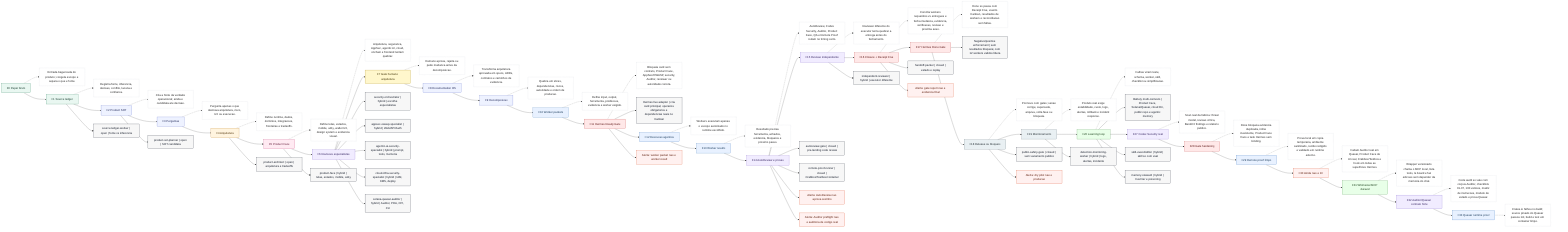
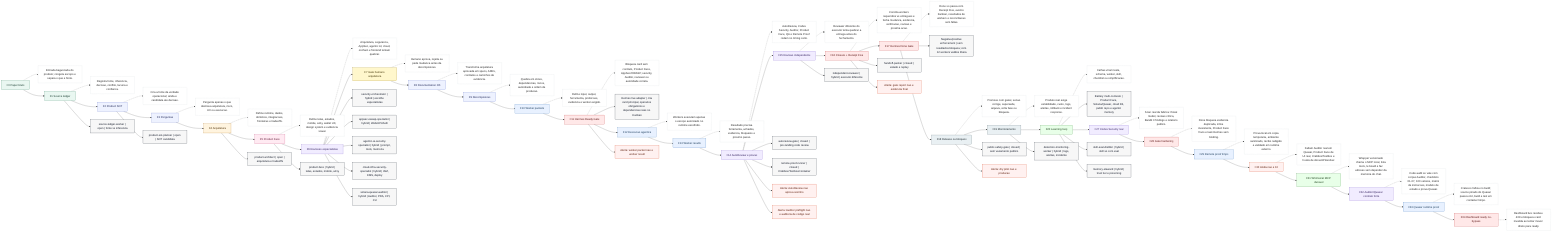
flowchart LR
  F0["F0 Paper bruto"]:::source
  F0D["Entrada baguncada do produto; congela escopo e separa o que e fonte."]:::desc
  F0 -.-> F0D
  F0 --> F1

  F1["F1 Source ledger"]:::source
  F1D["Registra fonte, inferencia, decisao, conflito, lacuna e confianca."]:::desc
  F1 -.-> F1D
  F1 --> F2

  F2["F2 Product SOT"]:::planning
  F2D["Cria a fonte da verdade operacional; ainda e candidata ate decisao."]:::desc
  F2 -.-> F2D
  F2 --> F3

  F3["F3 Perguntas"]:::planning
  F3D["Pergunta apenas o que destrava arquitetura, risco, UX ou execucao."]:::desc
  F3 -.-> F3D
  F3 --> F4

  F4["F4 Arquitetura"]:::architecture
  F4D["Define runtime, dados, dominios, integracoes, fronteiras e tradeoffs."]:::desc
  F4 -.-> F4D
  F4 --> F5

  F5["F5 Product Face"]:::face
  F5D["Define telas, estados, mobile, a11y, wallet UX, design system e evidencia visual."]:::desc
  F5 -.-> F5D
  F5 --> F6

  F6["F6 Revisoes especialistas"]:::review
  F6D["Arquitetura, seguranca, AppSec, agentic AI, cloud, onchain e frontend tentam quebrar."]:::desc
  F6 -.-> F6D
  F6 --> F7

  F7["F7 Gate humano arquitetura"]:::human
  F7D["Humano aprova, rejeita ou pede mudanca antes da decomposicao."]:::desc
  F7 -.-> F7D
  F7 --> F8

  F8["F8 Documentation OS"]:::planning
  F8D["Transforma arquitetura aprovada em specs, ADRs, contratos e caminhos de evidencia."]:::desc
  F8 -.-> F8D
  F8 --> F9

  F9["F9 Decomposicao"]:::planning
  F9D["Quebra em slices, dependencias, riscos, autoridade e ordem de producao."]:::desc
  F9 -.-> F9D
  F9 --> F10

  F10["F10 Worker packets"]:::execution
  F10D["Define input, output, ferramenta, proibicoes, evidencia e worker exigido."]:::desc
  F10 -.-> F10D
  F10 --> F11

  F11["F11 Hermes Ready Gate"]:::gate
  F11D["Bloqueia card sem contrato, Product Face, AppSec/OWASP, security, Auditor, reviewer ou autoridade correta."]:::desc
  F11 -.-> F11D
  F11 --> H1["Hermes live adapter | cria card principal, operarios obrigatorios e dependencias reais no Kanban"]:::worker
  F11 --> F12

  F12["F12 Execucao agentica"]:::execution
  F12D["Workers executam apenas o escopo autorizado no runtime escolhido."]:::desc
  F12 -.-> F12D
  F12 --> F13

  F13["F13 Worker results"]:::execution
  F13D["Resultado precisa ferramenta, achados, evidencia, bloqueios e proximo passo."]:::desc
  F13 -.-> F13D
  F13 --> F14

  F14["F14 AutoReview e provas"]:::review
  F14D["AutoReview, Codex Security, Auditor, Product Face, QA e Remote Proof rodam no timing certo."]:::desc
  F14 -.-> F14D
  F14 --> F15

  F15["F15 Revisao independente"]:::review
  F15D["Reviewer diferente do executor tenta quebrar a entrega antes do fechamento."]:::desc
  F15 -.-> F15D
  F15 --> F16

  F16["F16 Closure + Receipt Five"]:::gate
  F16D["Concilia workers requeridos vs entregues e fecha mudanca, evidencia, verificacao, revisao e proxima acao."]:::desc
  F16 -.-> F16D
  F16 --> F17

  F17["F17 Hermes Done Gate"]:::gate
  F17D["Done so passa com Receipt Five, evento Kanban, resultados de workers e reconciliacao sem faltas."]:::desc
  F17 -.-> F17D
  F17 --> H2["Negative/positive enforcement | sem resultados bloqueia; com 12 workers validos libera"]:::worker
  F17 --> F18

  F18["F18 Release ou bloqueio"]:::release
  F18D["Promove com gates; senao corrige, supersede, arquiva, volta fase ou bloqueia."]:::desc
  F18 -.-> F18D
  F18 --> F19

  F19["F19 Monitoramento"]:::release
  F19D["Produto real exige estabilidade, custo, logs, alertas, rollback e incident response."]:::desc
  F19 -.-> F19D
  F19 --> F20

  F20["F20 Learning loop"]:::learning
  F20D["Falhas viram teste, schema, worker, skill, checklist ou simplificacao."]:::desc
  F20 -.-> F20D
  F20 --> H3["Battery multi-contexto | Product Face, Solana/Quasar, cloud R4, public repo e agentic memory"]:::worker
  F20 --> F27

  F27["F27 Codex Security real"]:::review
  F27D["Scan real da fabrica: threat model, revisao critica, Bandit 0 findings e relatorio publico."]:::desc
  F27 -.-> F27D
  F27 --> F28

  F28["F28 Gate hardening"]:::gate
  F28D["Done bloqueia evidencia duplicada, inline inexistente, Product Face fraco e task Hermes sem binding."]:::desc
  F28 -.-> F28D
  F28 --> F29

  F29["F29 Remote proof limpo"]:::execution
  F29D["Prova local em copia temporaria, ambiente sanitizado, recibo redigido e validado em runtime externo."]:::desc
  F29 -.-> F29D
  F29 --> F30

  F30["F30 Ainda nao e 10"]:::alert
-   F30D["Faltam Auditor real em Quasar, Product Face de UI real, Crabbox/Testbox e hook em todas as superficies Hermes."]:::desc
+   F30D["Faltam Auditor real em Quasar, Product Face de UI real, Crabbox/Testbox e hooks de done/API/worker."]:::desc
  F30 -.-> F30D
  F30 --> F31

  F31["F31 Whimsical MCP duravel"]:::learning
  F31D["Wrapper versionado chama o MCP local, lista tools, le board e faz edicoes sem depender da memoria do chat."]:::desc
  F31 -.-> F31D
  F31 --> F32

  F32["F32 Auditor/Quasar contrato forte"]:::review
  F32D["Code audit so vale com corpus Auditor, checklists 01-07, 100 vetores, matriz de instrucoes, modelo de estado e prova Quasar."]:::desc
  F32 -.-> F32D
  F32 --> F33

  F33["F33 Quasar runtime proof"]:::execution
  F33D["Crates.io falhou no build; source pinado do Quasar passou init, build e test em container limpo."]:::desc
  F33 -.-> F33D
+   F33 --> F34
+ 
+   F34["F34 Dashboard ready no-bypass"]:::gate
+   F34D["Dashboard live recebeu 409 e bloqueou card invalida ao tentar mover direto para ready."]:::desc
+   F34 -.-> F34D

  F1 --> W1["source-ledger-worker | open | fonte vs inferencia"]:::worker
  F2 --> W2["product-sot-planner | open | SOT candidata"]:::worker
  F4 --> W3["product-architect | open | arquitetura e tradeoffs"]:::worker
  F5 --> W4["product-face | hybrid | telas, estados, mobile, a11y"]:::worker
  F6 --> W5["security-orchestrator | hybrid | escolhe especialistas"]:::worker
  F6 --> W6["appsec-owasp-specialist | hybrid | Web/API/Auth"]:::worker
  F6 --> W7["agentic-ai-security-specialist | hybrid | prompt, tools, memoria"]:::worker
  F6 --> W8["cloud-infra-security-specialist | hybrid | IAM, KMS, deploy"]:::worker
  F6 --> W9["solana-quasar-auditor | hybrid | Auditor, PDA, CPI, CU"]:::worker
  F14 --> W10["autoreview-gate | closed | pre-landing code review"]:::worker
  F14 --> W11["remote-proof-runner | closed | Crabbox/Testbox/container"]:::worker
  F15 --> W12["independent-reviewer | hybrid | executor diferente"]:::worker
  F16 --> W13["handoff-packer | closed | estado e replay"]:::worker
  F18 --> W14["public-safety-gate | closed | sem vazamento publico"]:::worker
  F19 --> W15["detection-monitoring-worker | hybrid | logs, alertas, incidente"]:::worker
  F20 --> W16["skill-eval-distiller | hybrid | skill so com eval"]:::worker
  F20 --> W17["memory-steward | hybrid | trust tier e poisoning"]:::worker

  F11 --> A1["Alerta: worker packet nao e worker result"]:::alert
  F16 --> A2["Alerta: gate report nao e evidencia final"]:::alert
  F14 --> A3["Alerta: AutoReview nao aprova sozinho"]:::alert
  F14 --> A4["Alerta: Auditor preflight nao e auditoria de codigo real"]:::alert
  F18 --> A5["Alerta: dry pilot nao e producao"]:::alert

  classDef source fill:#e9f7f1,stroke:#217a54,color:#12372a;
  classDef planning fill:#eef2ff,stroke:#4f63c6,color:#1c2455;
  classDef architecture fill:#fff4df,stroke:#b36b00,color:#4a2d00;
  classDef face fill:#ffeaf2,stroke:#c23b72,color:#5f1735;
  classDef review fill:#f1ecff,stroke:#7656c9,color:#33215f;
  classDef human fill:#fff7cc,stroke:#9b7a00,color:#3d3000;
  classDef execution fill:#e8f1ff,stroke:#2e6db5,color:#173858;
  classDef gate fill:#ffe8e8,stroke:#bf3434,color:#5a1111;
  classDef release fill:#e9f0f3,stroke:#51626b,color:#202b30;
  classDef learning fill:#e8ffe8,stroke:#3b8b3b,color:#173d17;
  classDef desc fill:#ffffff,stroke:#aab3bd,color:#222222,stroke-dasharray: 3 3;
  classDef worker fill:#f7f7f7,stroke:#111827,color:#111827;
  classDef alert fill:#fff1f0,stroke:#d4380d,color:#5c1a08;
